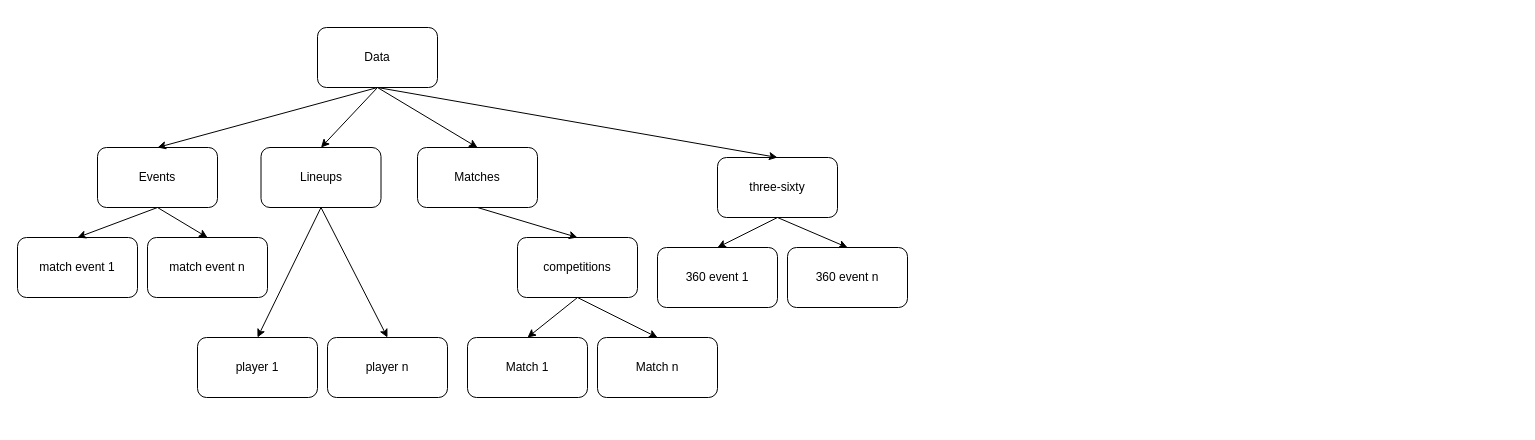
The draw.io diagram diagrams/Struktur Data.drawio in fadhilra101/skripsi, before the edit. Source tidied: cells renumbered, new cells numbered last; positions are measured from the earlier drawing's top-left corner, leaving out a move shared by most shapes. Both pictures are drawn from the tidied source at 100%, with x=0, y=0 at pixel (17, 27).
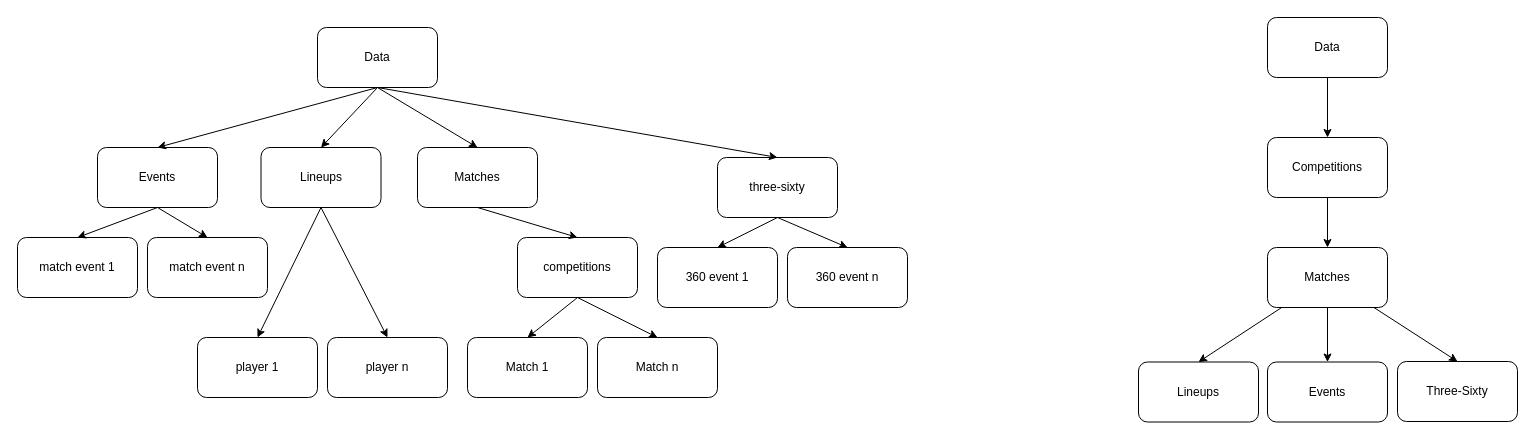
The same diagram, later.

Diff of the diagram source:
```diff
@@
+    <mxCell id="29" style="edgeStyle=orthogonalEdgeStyle;rounded=0;jettySize=auto;html=1;entryX=0.5;entryY=0;entryDx=0;entryDy=0;" parent="1" edge="1" source="30" target="36">
+      <mxGeometry relative="1" as="geometry" />
+    </mxCell>
+    <mxCell id="30" value="Data" style="rounded=1;whiteSpace=wrap;html=1;" parent="1" vertex="1">
+      <mxGeometry x="1250" y="-10" width="120" height="60" as="geometry" />
+    </mxCell>
+    <mxCell id="31" style="rounded=0;jettySize=auto;html=1;entryX=0.5;entryY=0;entryDx=0;entryDy=0;" parent="1" edge="1" source="34" target="37">
+      <mxGeometry relative="1" as="geometry" />
+    </mxCell>
+    <mxCell id="32" style="rounded=0;jettySize=auto;html=1;entryX=0.5;entryY=0;entryDx=0;entryDy=0;" parent="1" edge="1" source="34" target="38">
+      <mxGeometry relative="1" as="geometry" />
+    </mxCell>
+    <mxCell id="33" style="rounded=0;jettySize=auto;html=1;entryX=0.5;entryY=0;entryDx=0;entryDy=0;" parent="1" edge="1" source="34" target="39">
+      <mxGeometry relative="1" as="geometry" />
+    </mxCell>
+    <mxCell id="34" value="Matches" style="rounded=1;whiteSpace=wrap;html=1;" parent="1" vertex="1">
+      <mxGeometry x="1250" y="220" width="120" height="60" as="geometry" />
+    </mxCell>
+    <mxCell id="35" style="edgeStyle=orthogonalEdgeStyle;rounded=0;jettySize=auto;html=1;entryX=0.5;entryY=0;entryDx=0;entryDy=0;" parent="1" edge="1" source="36" target="34">
+      <mxGeometry relative="1" as="geometry" />
+    </mxCell>
+    <mxCell id="36" value="Competitions" style="rounded=1;whiteSpace=wrap;html=1;" parent="1" vertex="1">
+      <mxGeometry x="1250" y="110" width="120" height="60" as="geometry" />
+    </mxCell>
+    <mxCell id="37" value="Lineups" style="rounded=1;whiteSpace=wrap;html=1;" parent="1" vertex="1">
+      <mxGeometry x="1121" y="334.5" width="120" height="60" as="geometry" />
+    </mxCell>
+    <mxCell id="38" value="Events" style="rounded=1;whiteSpace=wrap;html=1;" parent="1" vertex="1">
+      <mxGeometry x="1250" y="334.5" width="120" height="60" as="geometry" />
+    </mxCell>
+    <mxCell id="39" value="Three-Sixty" style="rounded=1;whiteSpace=wrap;html=1;" parent="1" vertex="1">
+      <mxGeometry x="1380" y="334" width="120" height="60" as="geometry" />
+    </mxCell>
```
